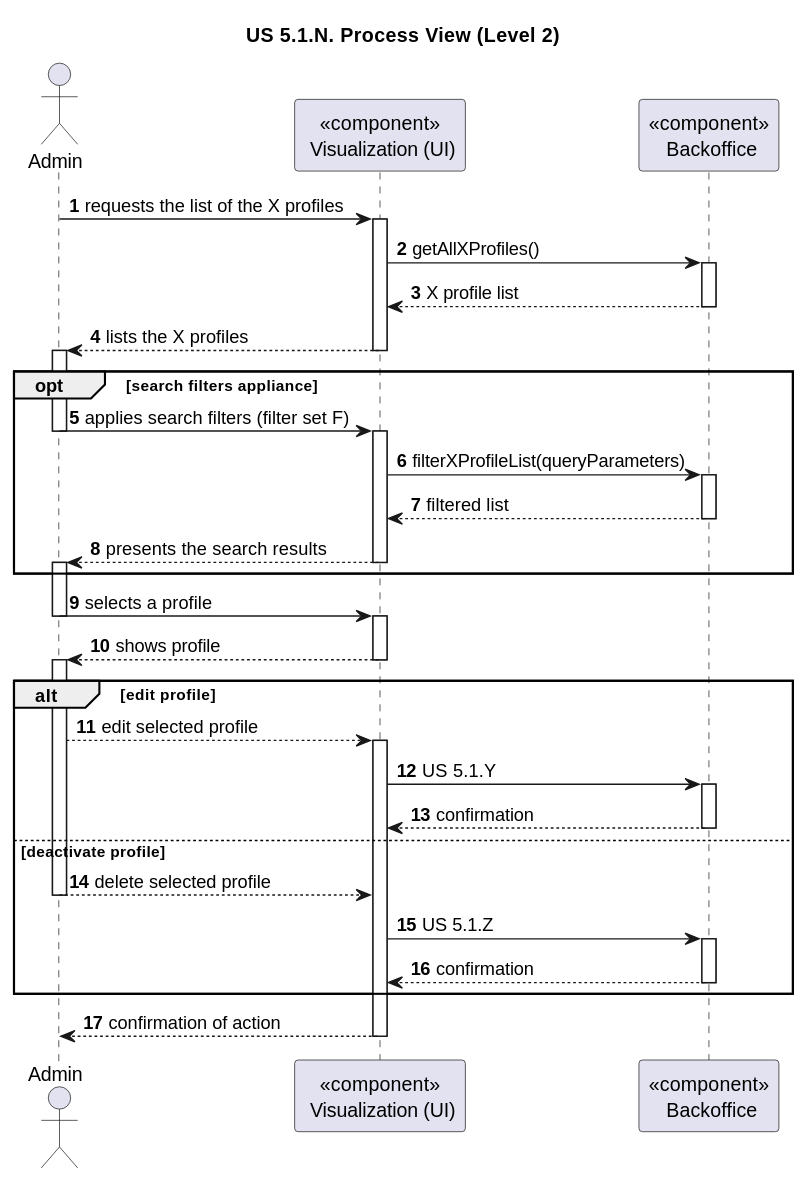
This is docs/sprint-2/1220683/general-process-view-diagrams/listing-profiles/Level-2/listing-profile-us-process-view-lvl2.svg from rita-barbosa/LAPR5-2425, a PlantUML export, as it was before one commit.
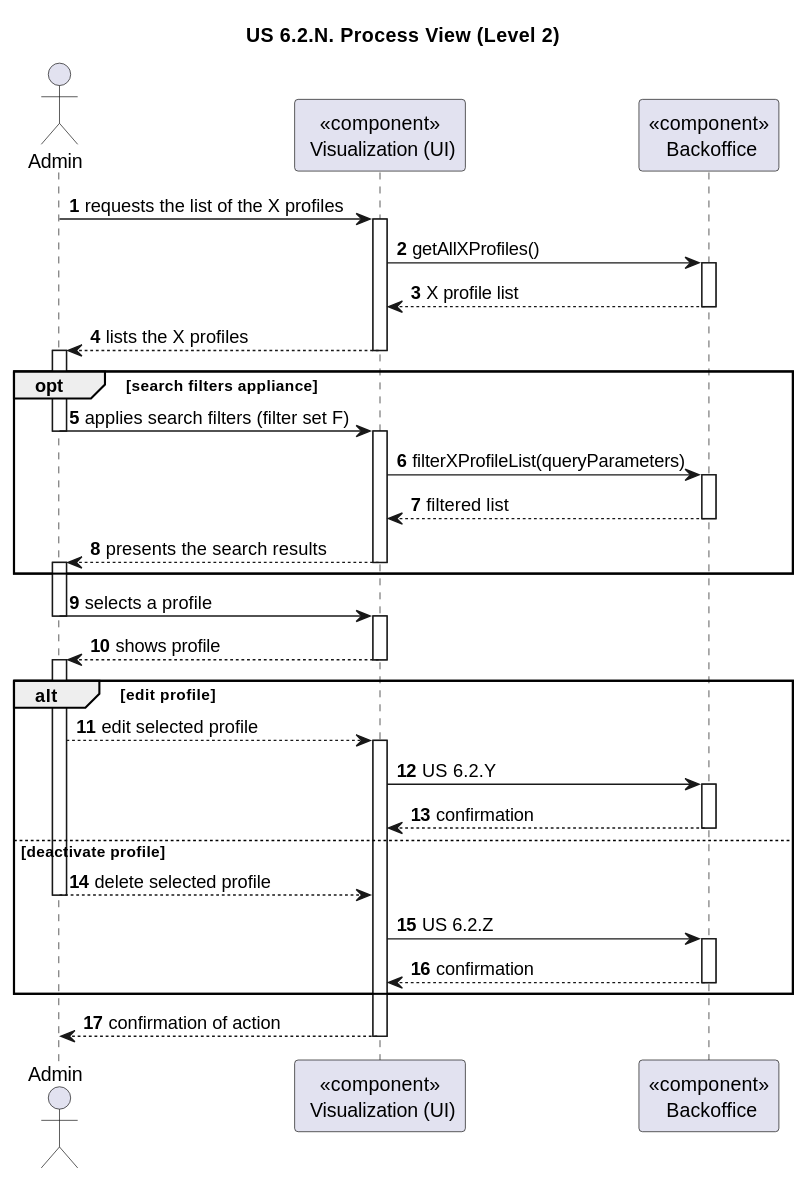
Later version of the same file.

Commit message:
DG38-225 | docs: design update and visualization process view updates

Change to the diagram source:
```diff
@@ -1,6 +1,6 @@
 @startuml
 
-title "US 5.1.N. Process View (Level 2)"
+title "US 6.2.N. Process View (Level 2)"
 
 autonumber
 
@@ -52,7 +52,7 @@
     alt edit profile
         ADM --> UI : edit selected profile
         activate UI
-        UI -> BACK : US 5.1.Y
+        UI -> BACK : US 6.2.Y
         activate BACK
 
         BACK --> UI : confirmation
@@ -63,7 +63,7 @@
 
         ADM --> UI : delete selected profile
         deactivate ADM
-        UI -> BACK : US 5.1.Z
+        UI -> BACK : US 6.2.Z
         activate BACK
 
         BACK --> UI : confirmation
```
